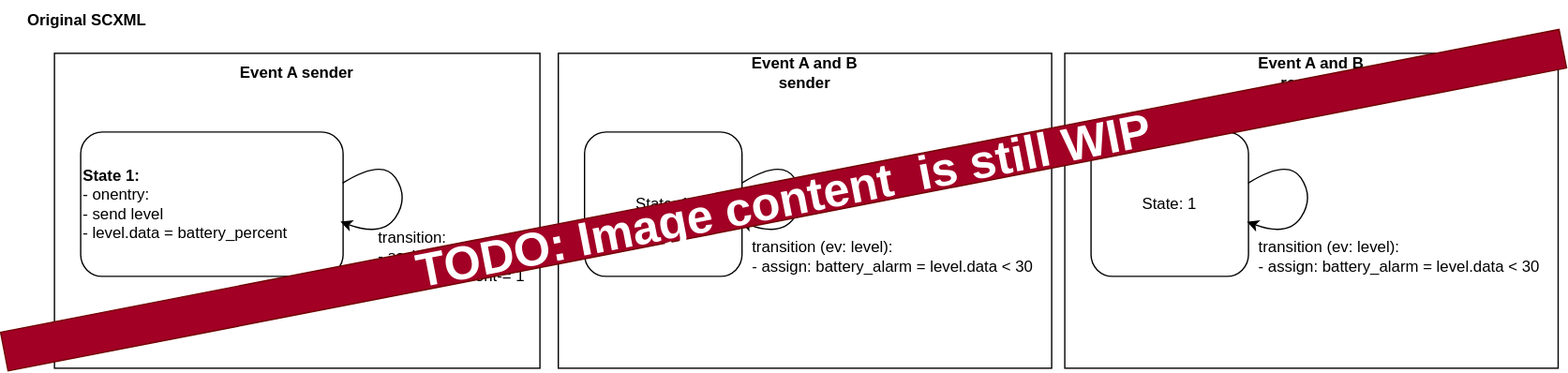
Earlier version of the draw.io export docs/source/graphics/scxml_to_jani_events_handling_pt1.drawio.svg (convince-project/AS2FM). Source tidied: cells renumbered, new cells last; positions are measured from the earlier drawing's top-left corner, leaving out a move shared by most shapes.
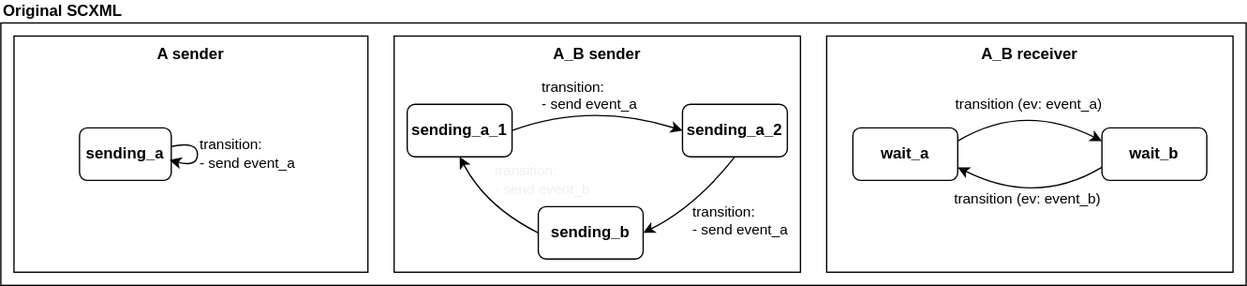
Later version of the same file.

Diff of the diagram source:
```diff
@@ -2,74 +2,83 @@
   <root>
     <mxCell id="0" />
     <mxCell id="1" parent="0" />
+    <mxCell id="12" value="&lt;b style=&quot;border-color: rgb(0, 0, 0); font-family: Helvetica; font-size: 12px; font-style: normal; font-variant-ligatures: normal; font-variant-caps: normal; letter-spacing: normal; orphans: 2; text-indent: 0px; text-transform: none; widows: 2; word-spacing: 0px; -webkit-text-stroke-width: 0px; text-decoration-thickness: initial; text-decoration-style: initial; text-decoration-color: initial;&quot;&gt;&lt;font&gt;Original SCXML&lt;/font&gt;&lt;/b&gt;" style="rounded=0;whiteSpace=wrap;html=1;verticalAlign=bottom;labelPosition=center;verticalLabelPosition=top;align=left;labelBackgroundColor=none;" parent="1" vertex="1">
+      <mxGeometry x="39" y="30" width="950" height="200" as="geometry" />
+    </mxCell>
-    <mxCell id="2" style="rounded=0;whiteSpace=wrap;html=1;align=center;" parent="1" vertex="1">
-      <mxGeometry x="49" y="40" width="370" height="240" as="geometry" />
+    <mxCell id="2" value="&lt;b&gt;A sender&lt;/b&gt;" style="rounded=0;whiteSpace=wrap;html=1;align=center;verticalAlign=top;" parent="1" vertex="1">
+      <mxGeometry x="49" y="40" width="270" height="180" as="geometry" />
     </mxCell>
-    <mxCell id="3" value="&lt;b&gt;State 1:&lt;/b&gt;&lt;br&gt;- onentry:&lt;br&gt;&amp;nbsp; - send level&lt;br&gt;&amp;nbsp; &amp;nbsp; - level.data = battery_percent" style="rounded=1;whiteSpace=wrap;html=1;align=left;" parent="1" vertex="1">
-      <mxGeometry x="69" y="100" width="200" height="110" as="geometry" />
+    <mxCell id="3" value="&lt;b&gt;sending_a&lt;/b&gt;" style="rounded=1;whiteSpace=wrap;html=1;align=center;" parent="1" vertex="1">
+      <mxGeometry x="99" y="110" width="70" height="40" as="geometry" />
     </mxCell>
-    <mxCell id="4" value="&lt;b&gt;Event A sender&lt;/b&gt;" style="text;html=1;strokeColor=none;fillColor=none;align=center;verticalAlign=middle;whiteSpace=wrap;rounded=0;" parent="1" vertex="1">
-      <mxGeometry x="174" y="40" width="120" height="30" as="geometry" />
-    </mxCell>
-    <mxCell id="5" style="endArrow=classic;html=1;exitX=0.998;exitY=0.354;exitDx=0;exitDy=0;entryX=0.99;entryY=0.621;entryDx=0;entryDy=0;curved=1;entryPerimeter=0;exitPerimeter=0;" parent="1" edge="1" source="3" target="3">
+    <mxCell id="5" value="transition:&lt;br&gt;&lt;div style=&quot;&quot;&gt;- send event_a&lt;/div&gt;" style="endArrow=classic;html=1;exitX=0.998;exitY=0.354;exitDx=0;exitDy=0;entryX=0.981;entryY=0.612;entryDx=0;entryDy=0;curved=1;exitPerimeter=0;align=left;entryPerimeter=0;" parent="1" edge="1" source="3" target="3">
       <mxGeometry relative="1" as="geometry">
         <Array as="points">
-          <mxPoint x="299" y="120" />
-          <mxPoint x="319" y="150" />
-          <mxPoint x="299" y="180" />
+          <mxPoint x="189" y="120" />
+          <mxPoint x="189" y="140" />
         </Array>
       </mxGeometry>
     </mxCell>
-    <mxCell id="6" value="transition:&lt;br&gt;- assign:&lt;br&gt;&amp;nbsp; - battery_percent-= 1" style="text;html=1;strokeColor=none;fillColor=none;align=left;verticalAlign=middle;whiteSpace=wrap;rounded=0;" parent="1" vertex="1">
-      <mxGeometry x="294" y="170" width="130" height="50" as="geometry" />
-    </mxCell>
-    <mxCell id="7" style="rounded=0;whiteSpace=wrap;html=1;align=center;" parent="1" vertex="1">
-      <mxGeometry x="433" y="40" width="376" height="240" as="geometry" />
-    </mxCell>
-    <mxCell id="8" value="State: 1" style="rounded=1;whiteSpace=wrap;html=1;" parent="1" vertex="1">
-      <mxGeometry x="453" y="100" width="120" height="110" as="geometry" />
-    </mxCell>
-    <mxCell id="9" value="&lt;b&gt;Event A and B sender&lt;/b&gt;" style="text;html=1;strokeColor=none;fillColor=none;align=center;verticalAlign=middle;whiteSpace=wrap;rounded=0;" parent="1" vertex="1">
-      <mxGeometry x="561" y="40" width="120" height="30" as="geometry" />
-    </mxCell>
-    <mxCell id="10" style="endArrow=classic;html=1;exitX=0.998;exitY=0.354;exitDx=0;exitDy=0;entryX=0.99;entryY=0.621;entryDx=0;entryDy=0;curved=1;entryPerimeter=0;exitPerimeter=0;" parent="1" edge="1" source="8" target="8">
-      <mxGeometry relative="1" as="geometry">
-        <Array as="points">
-          <mxPoint x="603" y="120" />
-          <mxPoint x="623" y="150" />
-          <mxPoint x="603" y="180" />
-        </Array>
-      </mxGeometry>
-    </mxCell>
-    <mxCell id="11" value="transition (ev: level):&lt;br&gt;- assign: battery_alarm = level.data &amp;lt; 30" style="text;html=1;strokeColor=none;fillColor=none;align=left;verticalAlign=middle;whiteSpace=wrap;rounded=0;" parent="1" vertex="1">
-      <mxGeometry x="579" y="170" width="220" height="50" as="geometry" />
-    </mxCell>
-    <mxCell id="12" value="&lt;b&gt;Original SCXML&lt;/b&gt;" style="text;html=1;strokeColor=none;fillColor=none;align=center;verticalAlign=middle;whiteSpace=wrap;rounded=0;fontFamily=Helvetica;" parent="1" vertex="1">
-      <mxGeometry x="19" width="110" height="30" as="geometry" />
-    </mxCell>
-    <mxCell id="13" style="rounded=0;whiteSpace=wrap;html=1;align=center;" parent="1" vertex="1">
-      <mxGeometry x="819" y="40" width="376" height="240" as="geometry" />
+    <mxCell id="13" value="&lt;b style=&quot;border-color: rgb(0, 0, 0); font-family: Helvetica; font-size: 12px; font-style: normal; font-variant-ligatures: normal; font-variant-caps: normal; letter-spacing: normal; orphans: 2; text-align: center; text-indent: 0px; text-transform: none; widows: 2; word-spacing: 0px; -webkit-text-stroke-width: 0px; text-decoration-thickness: initial; text-decoration-style: initial; text-decoration-color: initial;&quot;&gt;A_B receiver&lt;/b&gt;" style="rounded=0;whiteSpace=wrap;html=1;align=center;verticalAlign=top;fontColor=default;" parent="1" vertex="1">
+      <mxGeometry x="669" y="40" width="310" height="180" as="geometry" />
     </mxCell>
-    <mxCell id="14" value="State: 1" style="rounded=1;whiteSpace=wrap;html=1;" parent="1" vertex="1">
-      <mxGeometry x="839" y="100" width="120" height="110" as="geometry" />
-    </mxCell>
-    <mxCell id="15" value="&lt;b&gt;Event A and B receiver&lt;/b&gt;" style="text;html=1;strokeColor=none;fillColor=none;align=center;verticalAlign=middle;whiteSpace=wrap;rounded=0;" parent="1" vertex="1">
-      <mxGeometry x="947" y="40" width="120" height="30" as="geometry" />
-    </mxCell>
-    <mxCell id="16" style="endArrow=classic;html=1;exitX=0.998;exitY=0.354;exitDx=0;exitDy=0;entryX=0.99;entryY=0.621;entryDx=0;entryDy=0;curved=1;entryPerimeter=0;exitPerimeter=0;" parent="1" edge="1" source="14" target="14">
-      <mxGeometry relative="1" as="geometry">
-        <Array as="points">
-          <mxPoint x="989" y="120" />
-          <mxPoint x="1009" y="150" />
-          <mxPoint x="989" y="180" />
-        </Array>
-      </mxGeometry>
-    </mxCell>
-    <mxCell id="17" value="transition (ev: level):&lt;br&gt;- assign: battery_alarm = level.data &amp;lt; 30" style="text;html=1;strokeColor=none;fillColor=none;align=left;verticalAlign=middle;whiteSpace=wrap;rounded=0;" parent="1" vertex="1">
-      <mxGeometry x="965" y="170" width="220" height="50" as="geometry" />
-    </mxCell>
-    <mxCell id="18" value="&lt;font style=&quot;font-size: 36px;&quot;&gt;&lt;b&gt;TODO: Image content&amp;nbsp; is still WIP&lt;/b&gt;&lt;/font&gt;" style="text;html=1;strokeColor=#6F0000;fillColor=#a20025;align=center;verticalAlign=middle;whiteSpace=wrap;rounded=0;rotation=-11;fontColor=#ffffff;" parent="1" vertex="1">
-      <mxGeometry x="-0.3" y="136.9" width="1210" height="30" as="geometry" />
+    <mxCell id="18" value="&lt;b&gt;A_B sender&lt;/b&gt;" style="rounded=0;whiteSpace=wrap;html=1;align=center;verticalAlign=top;" parent="1" vertex="1">
+      <mxGeometry x="339" y="40" width="310" height="180" as="geometry" />
     </mxCell>
+    <mxCell id="19" value="&lt;b&gt;sending_a_1&lt;/b&gt;" style="rounded=1;whiteSpace=wrap;html=1;align=center;" parent="1" vertex="1">
+      <mxGeometry x="349" y="92" width="80" height="40" as="geometry" />
+    </mxCell>
+    <mxCell id="20" value="transition:&lt;br&gt;&lt;div style=&quot;&quot;&gt;- send event_a&lt;/div&gt;" style="endArrow=classic;html=1;exitX=1;exitY=0.5;exitDx=0;exitDy=0;entryX=0;entryY=0.5;entryDx=0;entryDy=0;curved=1;align=left;verticalAlign=bottom;" parent="1" edge="1" source="19" target="23">
+      <mxGeometry x="-0.66" y="3" relative="1" as="geometry">
+        <Array as="points">
+          <mxPoint x="489" y="90" />
+        </Array>
+      </mxGeometry>
+    </mxCell>
+    <mxCell id="21" style="edgeStyle=none;html=1;entryX=1;entryY=0.5;entryDx=0;entryDy=0;curved=1;exitX=0.5;exitY=1;exitDx=0;exitDy=0;" parent="1" edge="1" source="23" target="25">
+      <mxGeometry relative="1" as="geometry">
+        <Array as="points">
+          <mxPoint x="569" y="170" />
+        </Array>
+      </mxGeometry>
+    </mxCell>
+    <mxCell id="22" value="&lt;span style=&quot;&quot;&gt;transition:&lt;/span&gt;&lt;br style=&quot;&quot;&gt;&lt;div style=&quot;&quot;&gt;- send event_a&lt;/div&gt;" style="edgeLabel;html=1;align=left;verticalAlign=middle;" parent="21" vertex="1">
+      <mxGeometry x="-0.13" y="-1" relative="1" as="geometry">
+        <mxPoint x="-8" y="17" as="offset" />
+      </mxGeometry>
+    </mxCell>
+    <mxCell id="23" value="&lt;b&gt;sending_a_2&lt;/b&gt;" style="rounded=1;whiteSpace=wrap;html=1;align=center;" parent="1" vertex="1">
+      <mxGeometry x="559" y="92" width="80" height="40" as="geometry" />
+    </mxCell>
+    <mxCell id="24" value="&lt;span style=&quot;border-color: rgb(0, 0, 0); color: rgb(240, 240, 240); font-family: Helvetica; font-size: 11px; font-style: normal; font-variant-ligatures: normal; font-variant-caps: normal; font-weight: 400; letter-spacing: normal; orphans: 2; text-indent: 0px; text-transform: none; widows: 2; word-spacing: 0px; -webkit-text-stroke-width: 0px; text-decoration-thickness: initial; text-decoration-style: initial; text-decoration-color: initial;&quot;&gt;transition:&lt;/span&gt;&lt;br style=&quot;border-color: rgb(0, 0, 0); color: rgb(240, 240, 240); font-family: Helvetica; font-size: 11px; font-style: normal; font-variant-ligatures: normal; font-variant-caps: normal; font-weight: 400; letter-spacing: normal; orphans: 2; text-indent: 0px; text-transform: none; widows: 2; word-spacing: 0px; -webkit-text-stroke-width: 0px; text-decoration-thickness: initial; text-decoration-style: initial; text-decoration-color: initial;&quot;&gt;&lt;div style=&quot;border-color: rgb(0, 0, 0); color: rgb(240, 240, 240); font-family: Helvetica; font-size: 11px; font-style: normal; font-variant-ligatures: normal; font-variant-caps: normal; font-weight: 400; letter-spacing: normal; orphans: 2; text-indent: 0px; text-transform: none; widows: 2; word-spacing: 0px; -webkit-text-stroke-width: 0px; text-decoration-thickness: initial; text-decoration-style: initial; text-decoration-color: initial;&quot;&gt;- send event_b&lt;/div&gt;" style="edgeStyle=none;html=1;entryX=0.5;entryY=1;entryDx=0;entryDy=0;curved=1;exitX=0;exitY=0.5;exitDx=0;exitDy=0;align=left;" parent="1" edge="1" source="25" target="19">
+      <mxGeometry x="0.37" y="-14" relative="1" as="geometry">
+        <Array as="points">
+          <mxPoint x="409" y="170" />
+        </Array>
+      </mxGeometry>
+    </mxCell>
+    <mxCell id="25" value="&lt;b&gt;sending_b&lt;/b&gt;" style="rounded=1;whiteSpace=wrap;html=1;align=center;" parent="1" vertex="1">
+      <mxGeometry x="449" y="170" width="80" height="40" as="geometry" />
+    </mxCell>
+    <mxCell id="26" value="transition (ev: event_a)" style="edgeStyle=none;html=1;entryX=0;entryY=0.25;entryDx=0;entryDy=0;exitX=1;exitY=0.25;exitDx=0;exitDy=0;curved=1;" parent="1" edge="1" source="27" target="29">
+      <mxGeometry relative="1" as="geometry">
+        <Array as="points">
+          <mxPoint x="819" y="90" />
+        </Array>
+      </mxGeometry>
+    </mxCell>
+    <mxCell id="27" value="&lt;b&gt;wait_a&lt;/b&gt;" style="rounded=1;whiteSpace=wrap;html=1;align=center;" parent="1" vertex="1">
+      <mxGeometry x="689" y="110" width="80" height="40" as="geometry" />
+    </mxCell>
+    <mxCell id="28" value="&lt;span style=&quot;font-family: Helvetica; font-size: 11px; font-style: normal; font-variant-ligatures: normal; font-variant-caps: normal; font-weight: 400; letter-spacing: normal; orphans: 2; text-indent: 0px; text-transform: none; widows: 2; word-spacing: 0px; -webkit-text-stroke-width: 0px; text-decoration-thickness: initial; text-decoration-style: initial; text-decoration-color: initial; float: none; display: inline !important;&quot;&gt;transition (ev: event_b)&lt;/span&gt;" style="edgeStyle=none;curved=1;html=1;exitX=0;exitY=0.75;exitDx=0;exitDy=0;entryX=1;entryY=0.75;entryDx=0;entryDy=0;verticalAlign=middle;align=center;" parent="1" edge="1" source="29" target="27">
+      <mxGeometry x="0.07" y="-2" relative="1" as="geometry">
+        <Array as="points">
+          <mxPoint x="829" y="170" />
+        </Array>
+      </mxGeometry>
+    </mxCell>
+    <mxCell id="29" value="&lt;b&gt;wait_b&lt;/b&gt;" style="rounded=1;whiteSpace=wrap;html=1;align=center;" parent="1" vertex="1">
+      <mxGeometry x="879" y="110" width="80" height="40" as="geometry" />
+    </mxCell>
   </root>
 </mxGraphModel>
```
